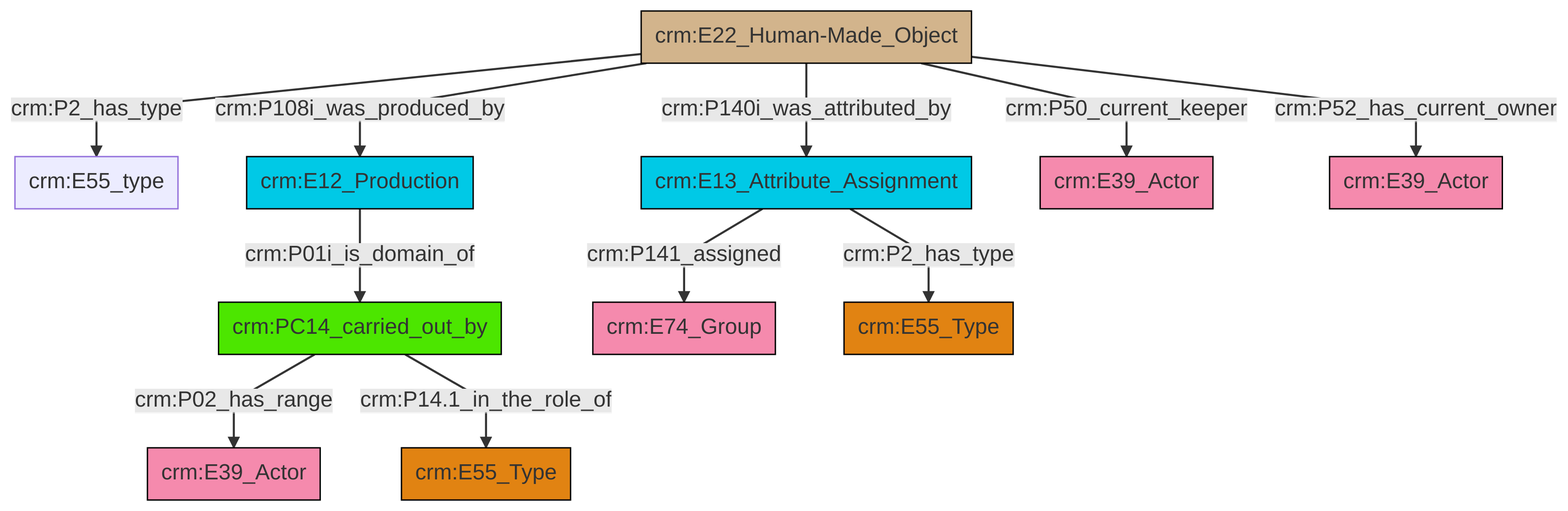
This is et/artworkCSV/ttl/mmd/png/Artwork_Actor_Relations.png from swiss-art-research-net/reference-data-models, a Mermaid export, as it was before one commit. Its source is kept beside it as et/artworkCSV/ttl/mmd/Artwork_Actor_Relations.ttl.mmd.
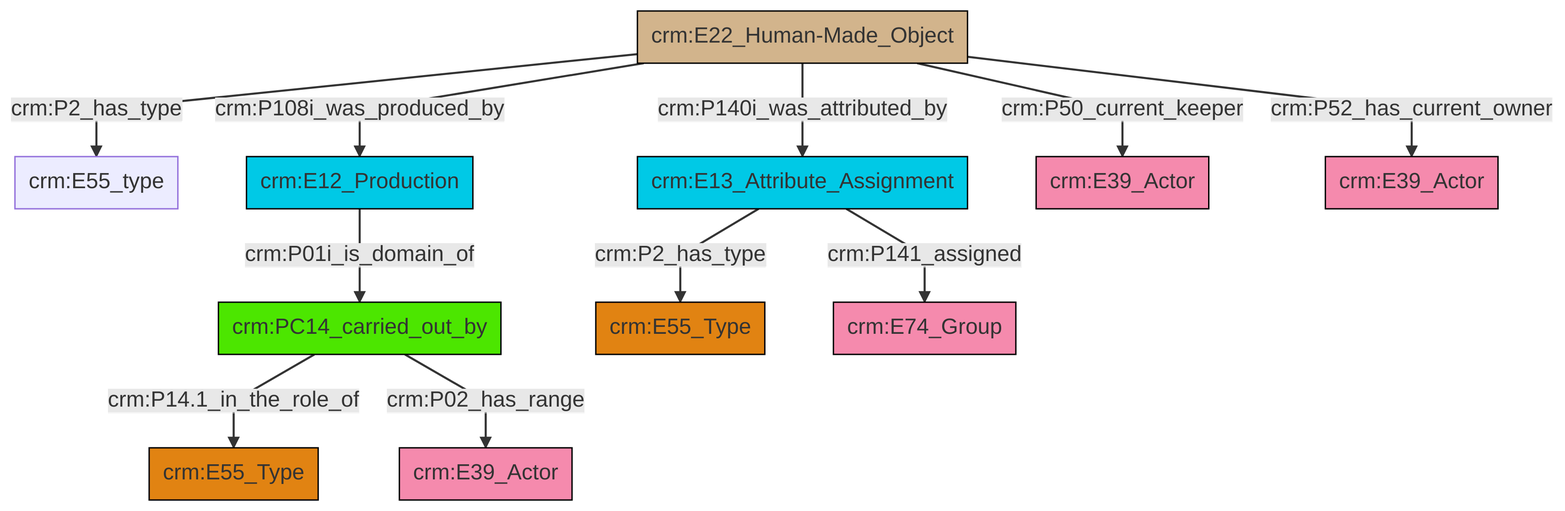
After the commit.

What changed in the source:
```diff
@@ -13,13 +13,13 @@
 classDef PC_Classes fill:#4ce600, stroke:#000000;
 classDef Multi fill:#cccccc,stroke:#000000;
 
-2["crm:E22_Human-Made_Object"]:::Physical_Thing -->|crm:P2_has_type| 8["crm:E55_type"]:::Default
-2["crm:E22_Human-Made_Object"]:::Physical_Thing -->|crm:P108i_was_produced_by| 9["crm:E12_Production"]:::Temporal_Entity
-2["crm:E22_Human-Made_Object"]:::Physical_Thing -->|crm:P140i_was_attributed_by| 10["crm:E13_Attribute_Assignment"]:::Temporal_Entity
-13["crm:PC14_carried_out_by"]:::PC_Classes -->|crm:P02_has_range| 11["crm:E39_Actor"]:::Actor
-10["crm:E13_Attribute_Assignment"]:::Temporal_Entity -->|crm:P141_assigned| 6["crm:E74_Group"]:::Actor
-2["crm:E22_Human-Made_Object"]:::Physical_Thing -->|crm:P50_current_keeper| 17["crm:E39_Actor"]:::Actor
-2["crm:E22_Human-Made_Object"]:::Physical_Thing -->|crm:P52_has_current_owner| 4["crm:E39_Actor"]:::Actor
-13["crm:PC14_carried_out_by"]:::PC_Classes -->|crm:P14.1_in_the_role_of| 0["crm:E55_Type"]:::Type
-9["crm:E12_Production"]:::Temporal_Entity -->|crm:P01i_is_domain_of| 13["crm:PC14_carried_out_by"]:::PC_Classes
-10["crm:E13_Attribute_Assignment"]:::Temporal_Entity -->|crm:P2_has_type| 15["crm:E55_Type"]:::Type
+2["crm:E22_Human-Made_Object"]:::Physical_Thing -->|crm:P140i_was_attributed_by| 3["crm:E13_Attribute_Assignment"]:::Temporal_Entity
+5["crm:PC14_carried_out_by"]:::PC_Classes -->|crm:P14.1_in_the_role_of| 6["crm:E55_Type"]:::Type
+2["crm:E22_Human-Made_Object"]:::Physical_Thing -->|crm:P108i_was_produced_by| 11["crm:E12_Production"]:::Temporal_Entity
+3["crm:E13_Attribute_Assignment"]:::Temporal_Entity -->|crm:P2_has_type| 13["crm:E55_Type"]:::Type
+11["crm:E12_Production"]:::Temporal_Entity -->|crm:P01i_is_domain_of| 5["crm:PC14_carried_out_by"]:::PC_Classes
+3["crm:E13_Attribute_Assignment"]:::Temporal_Entity -->|crm:P141_assigned| 15["crm:E74_Group"]:::Actor
+2["crm:E22_Human-Made_Object"]:::Physical_Thing -->|crm:P52_has_current_owner| 21["crm:E39_Actor"]:::Actor
+2["crm:E22_Human-Made_Object"]:::Physical_Thing -->|crm:P2_has_type| 0["crm:E55_type"]:::Default
+5["crm:PC14_carried_out_by"]:::PC_Classes -->|crm:P02_has_range| 9["crm:E39_Actor"]:::Actor
+2["crm:E22_Human-Made_Object"]:::Physical_Thing -->|crm:P50_current_keeper| 18["crm:E39_Actor"]:::Actor
```
